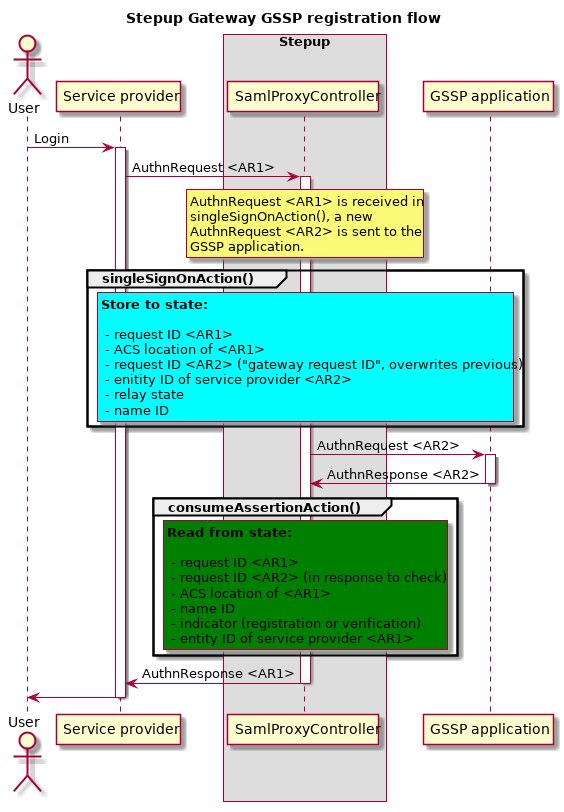
This is docs/diagrams/gateway-state-gssp-registration-flow.png from OpenConext/Stepup-Gateway, a PlantUML export, as it was before one commit. Source of this version:
```plantuml
@startuml diagrams/gateway-state-gssp-registration-flow.png

title Stepup Gateway GSSP registration flow
actor User

participant "Service provider" as SP
box "Stepup"
    participant "SamlProxyController" as PROXY
end box
participant "GSSP application" as GSSP

User -> SP: Login
activate SP

    SP -> PROXY: AuthnRequest <AR1>
    activate PROXY

        rnote over PROXY
        AuthnRequest <AR1> is received in
        singleSignOnAction(), a new
        AuthnRequest <AR2> is sent to the
        GSSP application.
        end note

        group singleSignOnAction()
            rnote over PROXY #aqua
            **Store to state:**

             - request ID <AR1>
             - ACS location of <AR1>
             - request ID <AR2> ("gateway request ID", overwrites previous)
             - enitity ID of service provider <AR2>
             - relay state
             - name ID
            end note
        end

        PROXY -> GSSP: AuthnRequest <AR2>

        activate GSSP
            GSSP -> PROXY: AuthnResponse <AR2>
        deactivate GSSP

        group consumeAssertionAction()
            rnote over PROXY #green
            **Read from state:**

             - request ID <AR1>
             - request ID <AR2> (in response to check)
             - ACS location of <AR1>
             - name ID
             - indicator (registration or verification)
             - entity ID of service provider <AR1>
            end note
        end

        PROXY -> SP: AuthnResponse <AR1>
    deactivate PROXY

    SP -> User
deactivate SP

@enduml
```
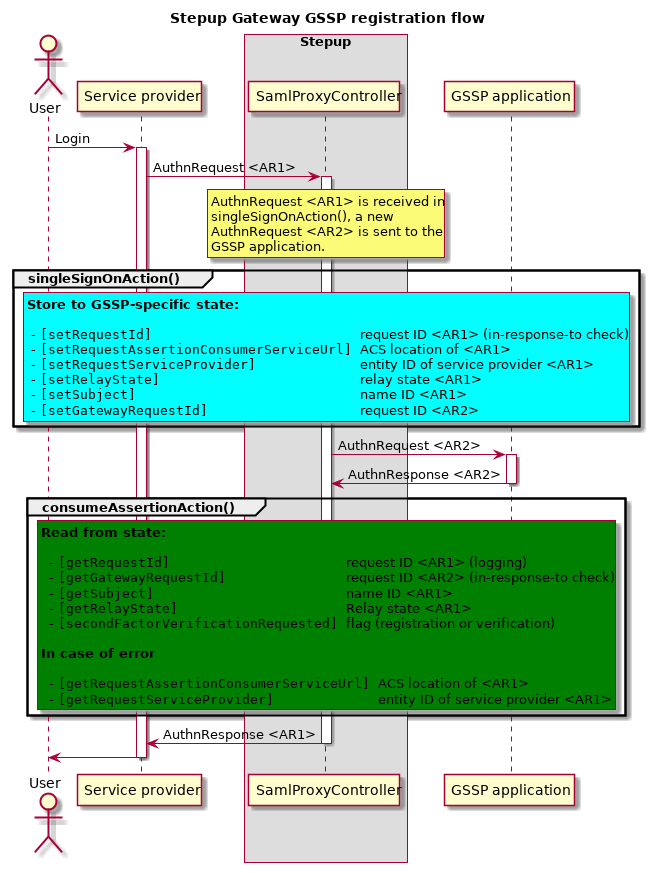
After the commit.

Commit message:
Gateway state documentation update

Change to the diagram source:
```diff
@@ -24,14 +24,14 @@
 
         group singleSignOnAction()
             rnote over PROXY #aqua
-            **Store to state:**
+            **Store to GSSP-specific state:**
 
-             - request ID <AR1>
-             - ACS location of <AR1>
-             - request ID <AR2> ("gateway request ID", overwrites previous)
-             - enitity ID of service provider <AR2>
-             - relay state
-             - name ID
+             - ""[setRequestId]                          ""request ID <AR1> (in-response-to check)
+             - ""[setRequestAssertionConsumerServiceUrl] ""ACS location of <AR1>
+             - ""[setRequestServiceProvider]             ""entity ID of service provider <AR1>
+             - ""[setRelayState]                         ""relay state <AR1>
+             - ""[setSubject]                            ""name ID <AR1>
+             - ""[setGatewayRequestId]                   ""request ID <AR2>
             end note
         end
 
@@ -45,12 +45,16 @@
             rnote over PROXY #green
             **Read from state:**
 
-             - request ID <AR1>
-             - request ID <AR2> (in response to check)
-             - ACS location of <AR1>
-             - name ID
-             - indicator (registration or verification)
-             - entity ID of service provider <AR1>
+              - ""[getRequestId]                      ""request ID <AR1> (logging)
+              - ""[getGatewayRequestId]               ""request ID <AR2> (in-response-to check)
+              - ""[getSubject]                        ""name ID <AR1>
+              - ""[getRelayState]                     ""Relay state <AR1>
+              - ""[secondFactorVerificationRequested] ""flag (registration or verification)
+
+            **In case of error**
+
+              - ""[getRequestAssertionConsumerServiceUrl] ""ACS location of <AR1>
+              - ""[getRequestServiceProvider]             ""entity ID of service provider <AR1>
             end note
         end
 
```
